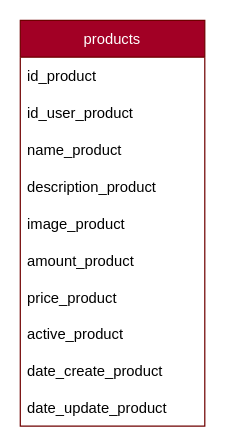
David-Coach-Dev/Api-Deliveries keeps this draw.io diagram as page "products" (2 of 5) of data/tablas.drawio. Above is the earlier version. Source tidied: cells renumbered, new cells numbered last; positions are measured from the earlier drawing's top-left corner, leaving out a move shared by most shapes. Both pictures are drawn from the tidied source at 123%, with x=0, y=0 at pixel (20, 20).
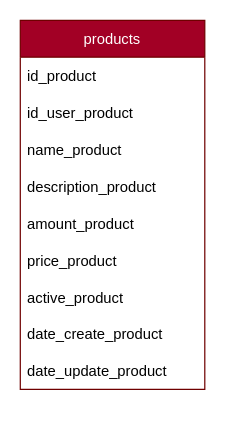
Above is the later version.

The edit, as a diff of the source:
```diff
@@
 <mxGraphModel>
   <root>
     <mxCell id="0" />
     <mxCell id="1" parent="0" />
     <mxCell id="2" value="products" style="swimlane;fontStyle=0;horizontal=1;startSize=30;fillColor=#a20025;fontColor=#ffffff;strokeColor=#6F0000;" parent="1" vertex="1">
-      <mxGeometry width="150" height="330" as="geometry" />
+      <mxGeometry width="150" height="300" as="geometry" />
     </mxCell>
     <mxCell id="3" value="id_product" style="text;strokeColor=none;fillColor=none;align=left;verticalAlign=middle;spacingLeft=4;spacingRight=4;overflow=hidden;" parent="2" vertex="1">
       <mxGeometry y="30" width="150" height="30" as="geometry" />
     </mxCell>
     <mxCell id="4" value="id_user_product" style="text;strokeColor=none;fillColor=none;align=left;verticalAlign=middle;spacingLeft=4;spacingRight=4;overflow=hidden;" parent="2" vertex="1">
       <mxGeometry y="60" width="150" height="30" as="geometry" />
     </mxCell>
     <mxCell id="5" value="name_product" style="text;strokeColor=none;fillColor=none;align=left;verticalAlign=middle;spacingLeft=4;spacingRight=4;overflow=hidden;" parent="2" vertex="1">
       <mxGeometry y="90" width="150" height="30" as="geometry" />
     </mxCell>
     <mxCell id="6" value="description_product" style="text;strokeColor=none;fillColor=none;align=left;verticalAlign=middle;spacingLeft=4;spacingRight=4;overflow=hidden;" parent="2" vertex="1">
       <mxGeometry y="120" width="150" height="30" as="geometry" />
     </mxCell>
-    <mxCell id="7" value="image_product" style="text;strokeColor=none;fillColor=none;align=left;verticalAlign=middle;spacingLeft=4;spacingRight=4;overflow=hidden;" parent="2" vertex="1">
-      <mxGeometry y="150" width="150" height="30" as="geometry" />
-    </mxCell>
     <mxCell id="8" value="amount_product" style="text;strokeColor=none;fillColor=none;align=left;verticalAlign=middle;spacingLeft=4;spacingRight=4;overflow=hidden;" parent="2" vertex="1">
-      <mxGeometry y="180" width="150" height="30" as="geometry" />
+      <mxGeometry y="150" width="150" height="30" as="geometry" />
     </mxCell>
     <mxCell id="9" value="price_product" style="text;strokeColor=none;fillColor=none;align=left;verticalAlign=middle;spacingLeft=4;spacingRight=4;overflow=hidden;" parent="2" vertex="1">
-      <mxGeometry y="210" width="150" height="30" as="geometry" />
+      <mxGeometry y="180" width="150" height="30" as="geometry" />
     </mxCell>
     <mxCell id="10" value="active_product" style="text;strokeColor=none;fillColor=none;align=left;verticalAlign=middle;spacingLeft=4;spacingRight=4;overflow=hidden;" parent="2" vertex="1">
-      <mxGeometry y="240" width="150" height="30" as="geometry" />
+      <mxGeometry y="210" width="150" height="30" as="geometry" />
     </mxCell>
     <mxCell id="11" value="date_create_product" style="text;strokeColor=none;fillColor=none;align=left;verticalAlign=middle;spacingLeft=4;spacingRight=4;overflow=hidden;" parent="2" vertex="1">
-      <mxGeometry y="270" width="150" height="30" as="geometry" />
+      <mxGeometry y="240" width="150" height="30" as="geometry" />
     </mxCell>
     <mxCell id="12" value="date_update_product" style="text;strokeColor=none;fillColor=none;align=left;verticalAlign=middle;spacingLeft=4;spacingRight=4;overflow=hidden;" parent="2" vertex="1">
-      <mxGeometry y="300" width="150" height="30" as="geometry" />
+      <mxGeometry y="270" width="150" height="30" as="geometry" />
     </mxCell>
   </root>
 </mxGraphModel>
```
